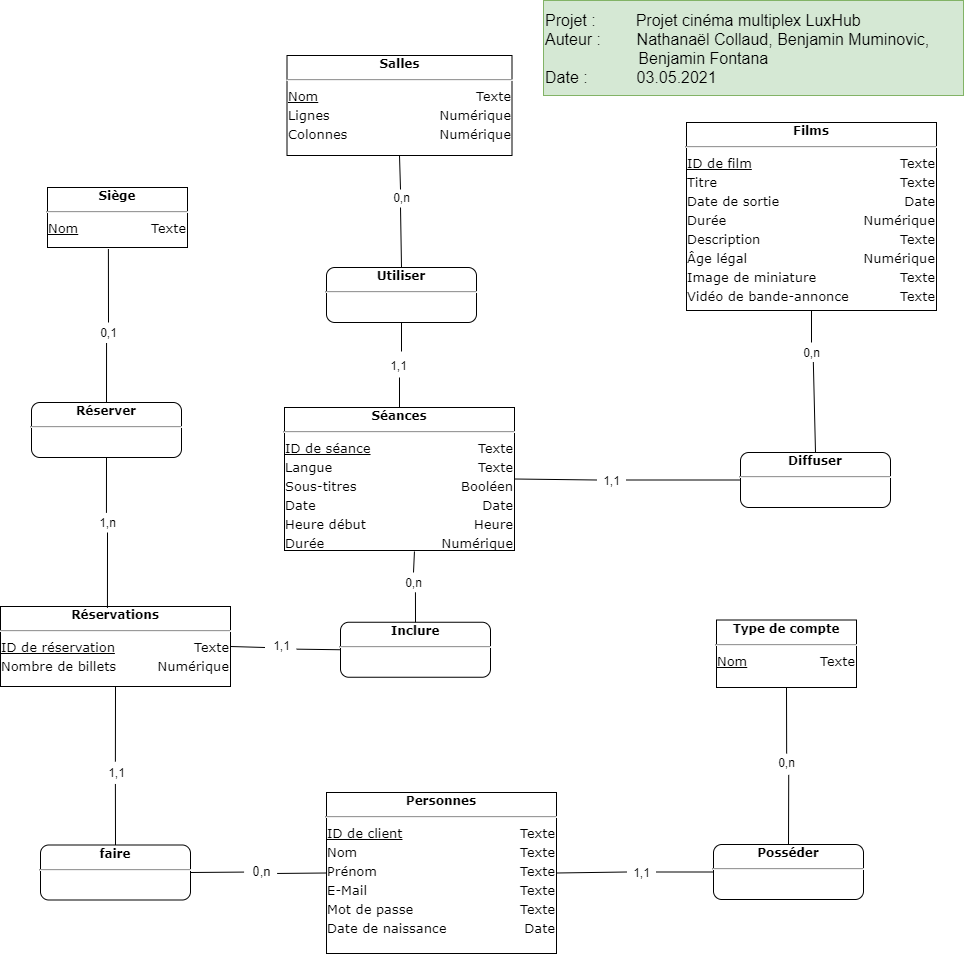
Earlier version of the draw.io export doc/MCD/MCD.png (benjaminMum/LuxHub). Source tidied: cells renumbered, new cells last; positions are measured from the earlier drawing's top-left corner, leaving out a move shared by most shapes.
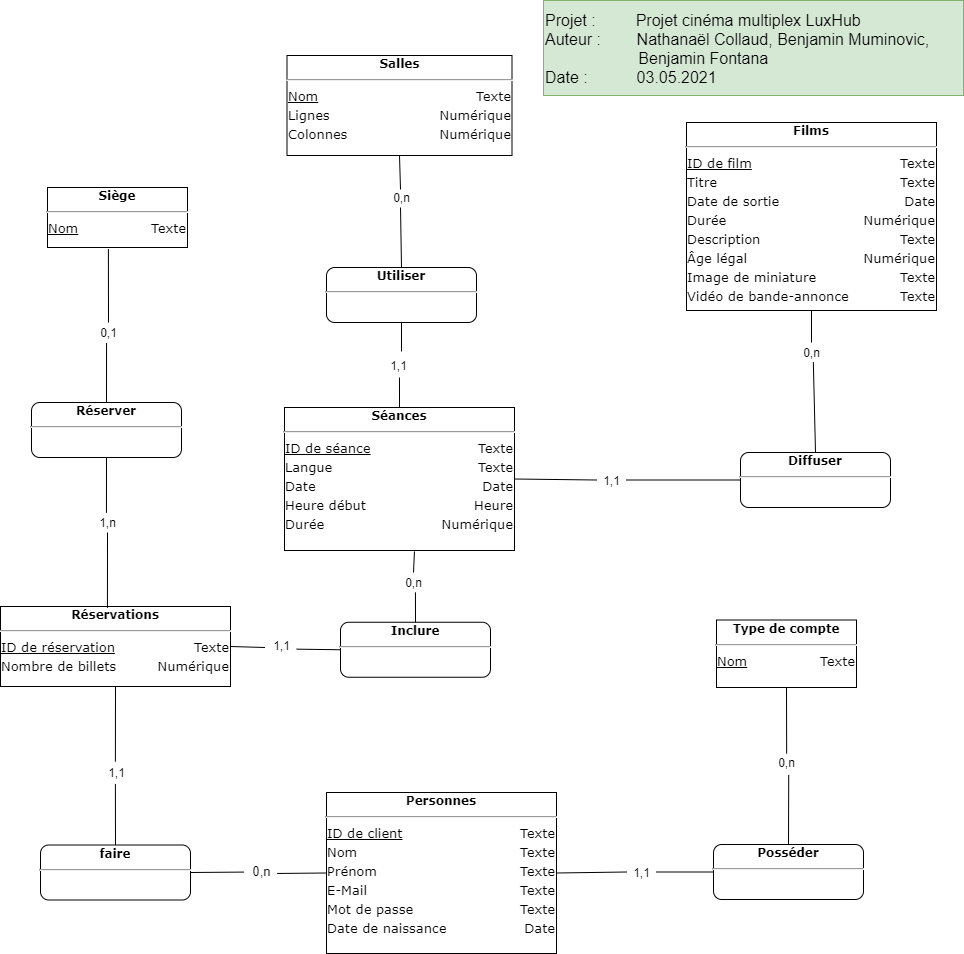
After the commit.

Change to the diagram source:
```diff
@@ -59,7 +59,7 @@
     <mxCell id="20" style="endArrow=none;html=1;exitX=0.5;exitY=0;exitDx=0;exitDy=0;entryX=0.561;entryY=0.978;entryDx=0;entryDy=0;entryPerimeter=0;" parent="1" edge="1" source="5" target="19">
       <mxGeometry relative="1" as="geometry" />
     </mxCell>
-    <mxCell id="21" value="&lt;div style=&quot;box-sizing: border-box ; width: 100% ; padding: 2px&quot;&gt;&lt;span style=&quot;background-color: rgb(255 , 255 , 255)&quot;&gt;&lt;b&gt;Séances&lt;/b&gt;&lt;/span&gt;&lt;/div&gt;&lt;hr&gt;&lt;table style=&quot;width: 100% ; font-size: 1em&quot; cellpadding=&quot;2&quot; cellspacing=&quot;0&quot;&gt;&lt;tbody style=&quot;font-size: 13px&quot;&gt;&lt;tr&gt;&lt;td style=&quot;text-align: left&quot;&gt;&lt;u&gt;ID de séance&lt;/u&gt;&lt;/td&gt;&lt;td style=&quot;text-align: right&quot;&gt;Texte&lt;/td&gt;&lt;/tr&gt;&lt;tr&gt;&lt;td style=&quot;text-align: left&quot;&gt;Langue&lt;/td&gt;&lt;td style=&quot;text-align: right&quot;&gt;Texte&lt;/td&gt;&lt;/tr&gt;&lt;tr&gt;&lt;td style=&quot;text-align: left&quot;&gt;Sous-titres&lt;/td&gt;&lt;td style=&quot;text-align: right&quot;&gt;Booléen&lt;/td&gt;&lt;/tr&gt;&lt;tr&gt;&lt;td style=&quot;text-align: left&quot;&gt;Date&lt;/td&gt;&lt;td style=&quot;text-align: right&quot;&gt;Date&lt;/td&gt;&lt;/tr&gt;&lt;tr&gt;&lt;td style=&quot;text-align: left&quot;&gt;Heure début&lt;br&gt;&lt;/td&gt;&lt;td style=&quot;text-align: right&quot;&gt;Heure&lt;/td&gt;&lt;/tr&gt;&lt;tr&gt;&lt;td style=&quot;text-align: left&quot;&gt;Durée&lt;/td&gt;&lt;td style=&quot;text-align: right&quot;&gt;Numérique&lt;/td&gt;&lt;/tr&gt;&lt;/tbody&gt;&lt;/table&gt;" style="verticalAlign=top;align=center;overflow=fill;html=1;rounded=0;shadow=0;comic=0;labelBackgroundColor=none;strokeColor=#000000;strokeWidth=1;fillColor=#ffffff;fontFamily=Verdana;fontSize=12;fontColor=#000000;" parent="1" vertex="1">
+    <mxCell id="21" value="&lt;div style=&quot;box-sizing: border-box ; width: 100% ; padding: 2px&quot;&gt;&lt;span style=&quot;background-color: rgb(255 , 255 , 255)&quot;&gt;&lt;b&gt;Séances&lt;/b&gt;&lt;/span&gt;&lt;/div&gt;&lt;hr&gt;&lt;table style=&quot;width: 100% ; font-size: 1em&quot; cellpadding=&quot;2&quot; cellspacing=&quot;0&quot;&gt;&lt;tbody style=&quot;font-size: 13px&quot;&gt;&lt;tr&gt;&lt;td style=&quot;text-align: left&quot;&gt;&lt;u&gt;ID de séance&lt;/u&gt;&lt;/td&gt;&lt;td style=&quot;text-align: right&quot;&gt;Texte&lt;/td&gt;&lt;/tr&gt;&lt;tr&gt;&lt;td style=&quot;text-align: left&quot;&gt;Langue&lt;/td&gt;&lt;td style=&quot;text-align: right&quot;&gt;Texte&lt;/td&gt;&lt;/tr&gt;&lt;tr&gt;&lt;td style=&quot;text-align: left&quot;&gt;Date&lt;/td&gt;&lt;td style=&quot;text-align: right&quot;&gt;Date&lt;/td&gt;&lt;/tr&gt;&lt;tr&gt;&lt;td style=&quot;text-align: left&quot;&gt;Heure début&lt;br&gt;&lt;/td&gt;&lt;td style=&quot;text-align: right&quot;&gt;Heure&lt;/td&gt;&lt;/tr&gt;&lt;tr&gt;&lt;td style=&quot;text-align: left&quot;&gt;Durée&lt;/td&gt;&lt;td style=&quot;text-align: right&quot;&gt;Numérique&lt;/td&gt;&lt;/tr&gt;&lt;/tbody&gt;&lt;/table&gt;" style="verticalAlign=top;align=center;overflow=fill;html=1;rounded=0;shadow=0;comic=0;labelBackgroundColor=none;strokeColor=#000000;strokeWidth=1;fillColor=#ffffff;fontFamily=Verdana;fontSize=12;fontColor=#000000;" parent="1" vertex="1">
       <mxGeometry x="284" y="407" width="230" height="143" as="geometry" />
     </mxCell>
     <mxCell id="22" value="&lt;div style=&quot;box-sizing: border-box ; width: 100% ; padding: 2px&quot;&gt;&lt;span style=&quot;background-color: rgb(255 , 255 , 255)&quot;&gt;&lt;b&gt;Type de compte&lt;/b&gt;&lt;/span&gt;&lt;/div&gt;&lt;hr&gt;&lt;table style=&quot;width: 100% ; font-size: 1em&quot; cellpadding=&quot;2&quot; cellspacing=&quot;0&quot;&gt;&lt;tbody style=&quot;font-size: 13px&quot;&gt;&lt;tr&gt;&lt;td style=&quot;text-align: left&quot;&gt;&lt;u&gt;Nom&lt;/u&gt;&lt;/td&gt;&lt;td style=&quot;text-align: right&quot;&gt;Texte&lt;/td&gt;&lt;/tr&gt;&lt;/tbody&gt;&lt;/table&gt;" style="verticalAlign=top;align=center;overflow=fill;html=1;rounded=0;shadow=0;comic=0;labelBackgroundColor=none;strokeColor=#000000;strokeWidth=1;fillColor=#ffffff;fontFamily=Verdana;fontSize=12;fontColor=#000000;" parent="1" vertex="1">
```
